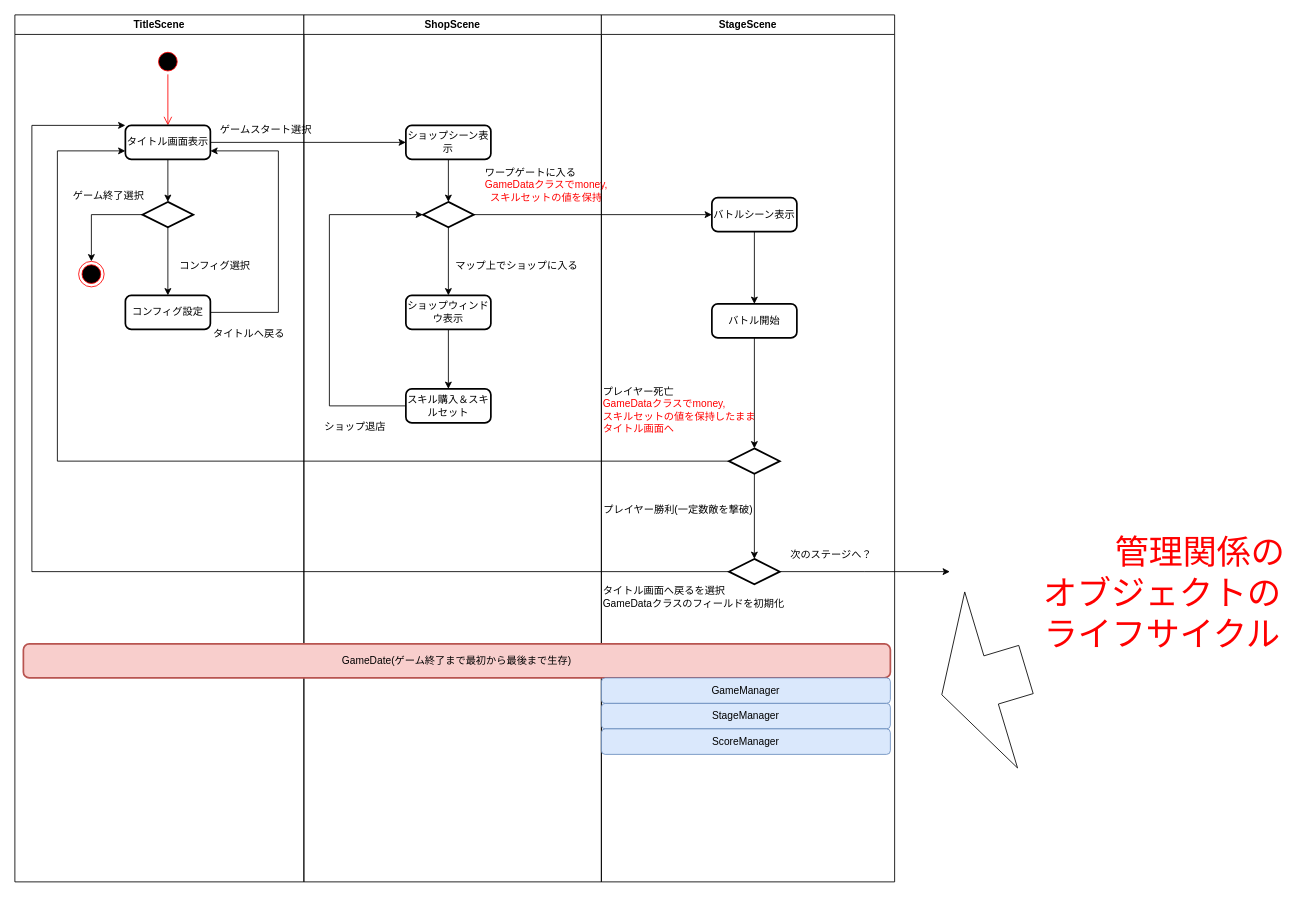
Earlier version of the draw.io diagram TeamBProject_Sceneflow.drawio (cat-yyy/myportfolio). Source tidied: cells renumbered, new cells numbered last; positions are measured from the earlier drawing's top-left corner, leaving out a move shared by most shapes. Both pictures are drawn from the tidied source at 85%, with x=0, y=0 at pixel (14, 14).
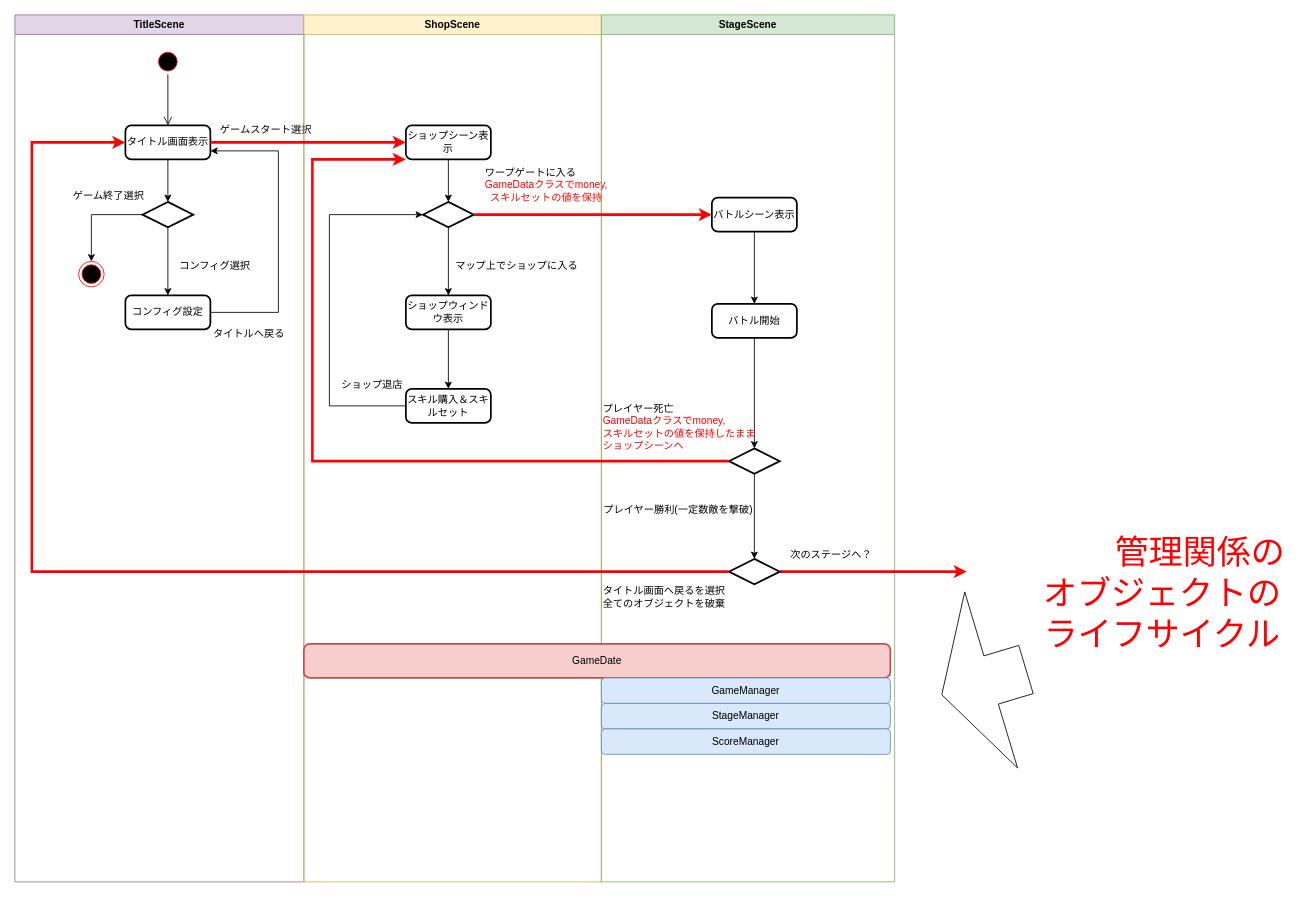
Above is the later version.

Commit message (it also covers changes not shown here):
TeamBProject_Sceneflow.drawio を更新します

The change refers to these unchanged cells:
```xml
<mxCell id="6" value="タイトル画面表示" style="rounded=1;whiteSpace=wrap;html=1;absoluteArcSize=1;arcSize=14;strokeWidth=2;" parent="2" vertex="1">
  <mxGeometry x="130" y="130" width="100" height="40" as="geometry" />
</mxCell>
<mxCell id="19" value="ショップシーン表示" style="rounded=1;whiteSpace=wrap;html=1;absoluteArcSize=1;arcSize=14;strokeWidth=2;" parent="17" vertex="1">
  <mxGeometry x="120" y="130" width="100" height="40" as="geometry" />
</mxCell>
<mxCell id="23" style="strokeWidth=2;html=1;shape=mxgraph.flowchart.decision;whiteSpace=wrap;" parent="17" vertex="1">
  <mxGeometry x="140" y="220" width="60" height="30" as="geometry" />
</mxCell>
<mxCell id="32" value="バトルシーン表示" style="rounded=1;whiteSpace=wrap;html=1;absoluteArcSize=1;arcSize=14;strokeWidth=2;" parent="30" vertex="1">
  <mxGeometry x="130" y="215" width="100" height="40" as="geometry" />
</mxCell>
<mxCell id="36" style="strokeWidth=2;html=1;shape=mxgraph.flowchart.decision;whiteSpace=wrap;" parent="30" vertex="1">
  <mxGeometry x="150" y="510" width="60" height="30" as="geometry" />
</mxCell>
<mxCell id="39" style="strokeWidth=2;html=1;shape=mxgraph.flowchart.decision;whiteSpace=wrap;" parent="30" vertex="1">
  <mxGeometry x="150" y="640" width="60" height="30" as="geometry" />
</mxCell>
```

The edit, as a diff of the source:
```diff
@@
-    <mxCell id="2" value="TitleScene" style="swimlane;whiteSpace=wrap;html=1;" parent="1" vertex="1">
+    <mxCell id="2" value="TitleScene" style="swimlane;whiteSpace=wrap;html=1;fillColor=#e1d5e7;strokeColor=#9673a6;" parent="1" vertex="1">
       <mxGeometry width="340" height="1020" as="geometry" />
     </mxCell>
@@
-    <mxCell id="4" style="edgeStyle=orthogonalEdgeStyle;html=1;verticalAlign=bottom;endArrow=open;endSize=8;strokeColor=#ff0000;rounded=0;" parent="2" edge="1">
+    <mxCell id="4" style="edgeStyle=orthogonalEdgeStyle;html=1;verticalAlign=bottom;endArrow=open;endSize=8;strokeColor=#000000;rounded=0;" parent="2" edge="1">
       <mxGeometry relative="1" as="geometry">
         <mxPoint x="180" y="70" as="sourcePoint" />
         <mxPoint x="180" y="130" as="targetPoint" />
       </mxGeometry>
     </mxCell>
@@
-    <mxCell id="17" value="ShopScene" style="swimlane;whiteSpace=wrap;html=1;" parent="1" vertex="1">
+    <mxCell id="17" value="ShopScene" style="swimlane;whiteSpace=wrap;html=1;fillColor=#fff2cc;strokeColor=#d6b656;" parent="1" vertex="1">
       <mxGeometry x="340" width="350" height="1020" as="geometry" />
     </mxCell>
@@
     <mxCell id="25" value="ショップ退店" style="text;html=1;align=center;verticalAlign=middle;strokeColor=none;fillColor=none;" parent="17" vertex="1">
-      <mxGeometry x="10" y="470" width="100" height="30" as="geometry" />
+      <mxGeometry x="30" y="420" width="100" height="30" as="geometry" />
     </mxCell>
@@
-    <mxCell id="29" style="edgeStyle=orthogonalEdgeStyle;rounded=0;jettySize=auto;html=1;exitX=0;exitY=0.5;exitDx=0;exitDy=0;exitPerimeter=0;" parent="17" edge="1" source="36">
-      <mxGeometry relative="1" as="geometry">
-        <mxPoint x="-210" y="160" as="targetPoint" />
-        <Array as="points">
-          <mxPoint x="-290" y="525" />
-          <mxPoint x="-290" y="160" />
-        </Array>
-      </mxGeometry>
-    </mxCell>
-    <mxCell id="30" value="StageScene" style="swimlane;whiteSpace=wrap;html=1;" parent="1" vertex="1">
+    <mxCell id="30" value="StageScene" style="swimlane;whiteSpace=wrap;html=1;fillColor=#d5e8d4;strokeColor=#82b366;" parent="1" vertex="1">
       <mxGeometry x="690" width="345" height="1020" as="geometry" />
     </mxCell>
@@
-    <mxCell id="37" value="プレイヤー死亡&lt;div&gt;&lt;div&gt;&lt;font style=&quot;color: rgb(255, 0, 0);&quot;&gt;GameDataクラスでmoney,&lt;/font&gt;&lt;/div&gt;&lt;div&gt;&lt;font style=&quot;color: rgb(255, 0, 0);&quot;&gt;スキルセットの値を保持したまま&lt;/font&gt;&lt;/div&gt;&lt;div style=&quot;&quot;&gt;&lt;font style=&quot;color: rgb(255, 0, 0);&quot;&gt;タイトル画面へ&lt;/font&gt;&lt;/div&gt;&lt;/div&gt;" style="text;html=1;align=left;verticalAlign=middle;strokeColor=none;fillColor=none;" parent="30" vertex="1">
-      <mxGeometry y="430" width="200" height="70" as="geometry" />
+    <mxCell id="37" value="プレイヤー死亡&lt;div&gt;&lt;div&gt;&lt;font style=&quot;color: rgb(255, 0, 0);&quot;&gt;GameDataクラスでmoney,&lt;/font&gt;&lt;/div&gt;&lt;div&gt;&lt;font style=&quot;color: rgb(255, 0, 0);&quot;&gt;スキルセットの値を保持したまま&lt;/font&gt;&lt;/div&gt;&lt;div style=&quot;&quot;&gt;&lt;font style=&quot;color: rgb(255, 0, 0);&quot;&gt;ショップシーンへ&lt;/font&gt;&lt;/div&gt;&lt;/div&gt;" style="text;html=1;align=left;verticalAlign=middle;strokeColor=none;fillColor=none;" parent="30" vertex="1">
+      <mxGeometry y="450" width="200" height="70" as="geometry" />
     </mxCell>
-    <mxCell id="38" style="edgeStyle=orthogonalEdgeStyle;rounded=0;jettySize=auto;html=1;" parent="30" edge="1" source="39">
-      <mxGeometry relative="1" as="geometry">
-        <mxPoint x="410" y="655" as="targetPoint" />
-      </mxGeometry>
-    </mxCell>
+    <mxCell id="52" style="edgeStyle=orthogonalEdgeStyle;rounded=0;jettySize=auto;html=1;strokeColor=#FF0000;strokeWidth=3;" parent="30" edge="1" source="39">
+      <mxGeometry relative="1" as="geometry">
+        <mxPoint x="430" y="655" as="targetPoint" />
+      </mxGeometry>
+    </mxCell>
@@
-    <mxCell id="41" value="タイトル画面へ戻るを選択&lt;br&gt;GameDataクラスのフィールドを初期化" style="text;html=1;align=left;verticalAlign=middle;strokeColor=none;fillColor=none;" parent="30" vertex="1">
-      <mxGeometry y="665" width="240" height="40" as="geometry" />
+    <mxCell id="41" value="タイトル画面へ戻るを選択&lt;br&gt;全てのオブジェクトを破棄" style="text;html=1;align=left;verticalAlign=middle;strokeColor=none;fillColor=none;" parent="30" vertex="1">
+      <mxGeometry y="665" width="170" height="40" as="geometry" />
     </mxCell>
@@
-    <mxCell id="43" value="GameDate(ゲーム終了まで最初から最後まで生存)" style="rounded=1;whiteSpace=wrap;html=1;absoluteArcSize=1;arcSize=14;strokeWidth=2;fillColor=#f8cecc;strokeColor=#b85450;" parent="30" vertex="1">
-      <mxGeometry x="-680" y="740" width="1020" height="40" as="geometry" />
+    <mxCell id="43" value="GameDate" style="rounded=1;whiteSpace=wrap;html=1;absoluteArcSize=1;arcSize=14;strokeWidth=2;fillColor=#f8cecc;strokeColor=#b85450;" parent="30" vertex="1">
+      <mxGeometry x="-350" y="740" width="690" height="40" as="geometry" />
     </mxCell>
@@
-    <mxCell id="47" style="edgeStyle=orthogonalEdgeStyle;rounded=0;jettySize=auto;html=1;entryX=0;entryY=0.5;entryDx=0;entryDy=0;" parent="1" edge="1" source="6" target="19">
+    <mxCell id="47" style="edgeStyle=orthogonalEdgeStyle;rounded=0;jettySize=auto;html=1;entryX=0;entryY=0.5;entryDx=0;entryDy=0;strokeColor=#FF0000;strokeWidth=3;" parent="1" edge="1" source="6" target="19">
       <mxGeometry relative="1" as="geometry" />
     </mxCell>
-    <mxCell id="48" style="edgeStyle=orthogonalEdgeStyle;rounded=0;jettySize=auto;html=1;entryX=0;entryY=0.5;entryDx=0;entryDy=0;" parent="1" edge="1" source="23" target="32">
+    <mxCell id="48" style="edgeStyle=orthogonalEdgeStyle;rounded=0;jettySize=auto;html=1;entryX=0;entryY=0.5;entryDx=0;entryDy=0;strokeColor=#FF0000;strokeWidth=3;" parent="1" edge="1" source="23" target="32">
       <mxGeometry relative="1" as="geometry" />
     </mxCell>
@@
-    <mxCell id="51" style="edgeStyle=orthogonalEdgeStyle;rounded=0;jettySize=auto;html=1;entryX=0;entryY=0;entryDx=0;entryDy=0;exitX=0;exitY=0.5;exitDx=0;exitDy=0;exitPerimeter=0;" parent="1" edge="1" source="39" target="6">
+    <mxCell id="51" style="edgeStyle=orthogonalEdgeStyle;rounded=0;jettySize=auto;html=1;entryX=0;entryY=0.5;entryDx=0;entryDy=0;exitX=0;exitY=0.5;exitDx=0;exitDy=0;exitPerimeter=0;strokeColor=#FF0000;strokeWidth=3;" parent="1" edge="1" source="39" target="6">
       <mxGeometry relative="1" as="geometry">
         <Array as="points">
           <mxPoint x="20" y="655" />
-          <mxPoint x="20" y="130" />
+          <mxPoint x="20" y="150" />
         </Array>
       </mxGeometry>
     </mxCell>
+    <mxCell id="53" style="edgeStyle=orthogonalEdgeStyle;rounded=0;jettySize=auto;html=1;entryX=0;entryY=1;entryDx=0;entryDy=0;strokeColor=#FF0000;strokeWidth=3;" parent="1" edge="1" source="36" target="19">
+      <mxGeometry relative="1" as="geometry">
+        <Array as="points">
+          <mxPoint x="350" y="525" />
+          <mxPoint x="350" y="170" />
+        </Array>
+      </mxGeometry>
+    </mxCell>
```
